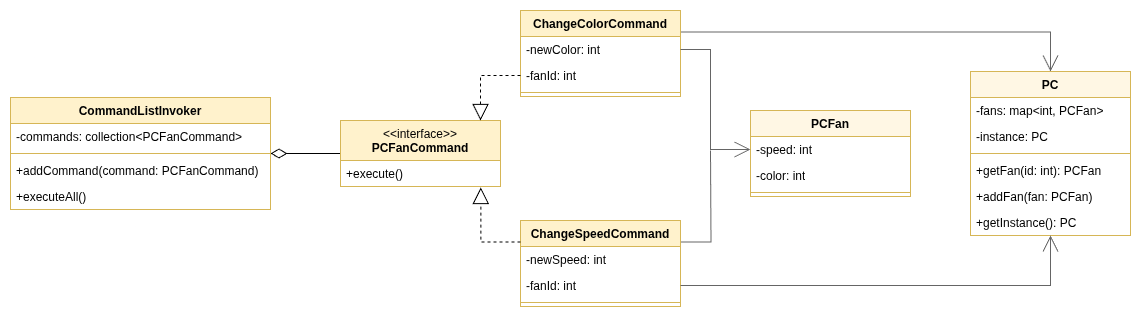
Above: 12-Command/UML/uml.png in MrCabbageStick/Design-Patterns-Challange (draw.io), before the change. Source tidied: cells renumbered, new cells last; positions are measured from the earlier drawing's top-left corner, leaving out a move shared by most shapes. Source of this version:
```xml
<mxGraphModel>
  <root>
    <mxCell id="0" />
    <mxCell id="1" parent="0" />
    <mxCell id="2" style="edgeStyle=orthogonalEdgeStyle;rounded=0;jettySize=auto;html=1;exitX=0;exitY=0.5;exitDx=0;exitDy=0;endSize=14;endArrow=diamondThin;endFill=0;" parent="1" edge="1" source="3">
      <mxGeometry relative="1" as="geometry">
        <mxPoint x="260" y="143" as="targetPoint" />
      </mxGeometry>
    </mxCell>
    <mxCell id="3" value="&lt;span style=&quot;font-weight: normal;&quot;&gt;&amp;lt;&amp;lt;interface&amp;gt;&amp;gt;&lt;/span&gt;&lt;div&gt;PCFanCommand&lt;/div&gt;" style="swimlane;fontStyle=1;align=center;verticalAlign=top;horizontal=1;startSize=40;whiteSpace=wrap;html=1;fillColor=#fff2cc;strokeColor=#d6b656;" parent="1" vertex="1">
      <mxGeometry x="330" y="110" width="160" height="66" as="geometry" />
    </mxCell>
    <mxCell id="4" value="+execute()" style="text;strokeColor=none;fillColor=none;align=left;verticalAlign=top;spacingLeft=4;spacingRight=4;overflow=hidden;points=[[0,0.5],[1,0.5]];portConstraint=eastwest;whiteSpace=wrap;html=1;" parent="3" vertex="1">
      <mxGeometry y="40" width="160" height="26" as="geometry" />
    </mxCell>
    <mxCell id="5" style="edgeStyle=orthogonalEdgeStyle;rounded=0;jettySize=auto;html=1;exitX=1;exitY=0.25;exitDx=0;exitDy=0;endSize=14;endArrow=none;endFill=0;startFill=0;strokeColor=#656565;" parent="1" edge="1" source="6">
      <mxGeometry relative="1" as="geometry">
        <mxPoint x="700" y="140" as="targetPoint" />
      </mxGeometry>
    </mxCell>
    <mxCell id="6" value="ChangeSpeedCommand" style="swimlane;fontStyle=1;align=center;verticalAlign=top;horizontal=1;startSize=26;whiteSpace=wrap;html=1;fillColor=#fff2cc;strokeColor=#d6b656;" parent="1" vertex="1">
      <mxGeometry x="510" y="210" width="160" height="86" as="geometry" />
    </mxCell>
    <mxCell id="7" value="-newSpeed: int" style="text;strokeColor=none;fillColor=none;align=left;verticalAlign=top;spacingLeft=4;spacingRight=4;overflow=hidden;whiteSpace=wrap;html=1;" parent="6" vertex="1">
      <mxGeometry y="26" width="160" height="26" as="geometry" />
    </mxCell>
    <mxCell id="8" value="-fanId: int" style="text;strokeColor=none;fillColor=none;align=left;verticalAlign=top;spacingLeft=4;spacingRight=4;overflow=hidden;points=[[0,0.5],[1,0.5]];portConstraint=eastwest;whiteSpace=wrap;html=1;" parent="6" vertex="1">
      <mxGeometry y="52" width="160" height="26" as="geometry" />
    </mxCell>
    <mxCell id="9" style="line;strokeWidth=1;fillColor=none;align=left;verticalAlign=middle;spacingTop=-1;spacingLeft=3;spacingRight=3;labelPosition=right;strokeColor=inherit;" parent="6" vertex="1">
      <mxGeometry y="78" width="160" height="8" as="geometry" />
    </mxCell>
    <mxCell id="10" style="edgeStyle=orthogonalEdgeStyle;rounded=0;jettySize=auto;html=1;exitX=1;exitY=0.25;exitDx=0;exitDy=0;entryX=0.5;entryY=0;entryDx=0;entryDy=0;endSize=14;endArrow=open;endFill=0;strokeColor=#656565;" parent="1" edge="1" source="11" target="26">
      <mxGeometry relative="1" as="geometry" />
    </mxCell>
    <mxCell id="11" value="ChangeColorCommand" style="swimlane;fontStyle=1;align=center;verticalAlign=top;horizontal=1;startSize=26;whiteSpace=wrap;html=1;fillColor=#fff2cc;strokeColor=#d6b656;" parent="1" vertex="1">
      <mxGeometry x="510" width="160" height="86" as="geometry" />
    </mxCell>
    <mxCell id="12" value="-newColor: int" style="text;strokeColor=none;fillColor=none;align=left;verticalAlign=top;spacingLeft=4;spacingRight=4;overflow=hidden;points=[[0,0.5],[1,0.5]];portConstraint=eastwest;whiteSpace=wrap;html=1;" parent="11" vertex="1">
      <mxGeometry y="26" width="160" height="26" as="geometry" />
    </mxCell>
    <mxCell id="13" value="-fanId: int" style="text;strokeColor=none;fillColor=none;align=left;verticalAlign=top;spacingLeft=4;spacingRight=4;overflow=hidden;points=[[0,0.5],[1,0.5]];portConstraint=eastwest;whiteSpace=wrap;html=1;" parent="11" vertex="1">
      <mxGeometry y="52" width="160" height="26" as="geometry" />
    </mxCell>
    <mxCell id="14" style="line;strokeWidth=1;fillColor=none;align=left;verticalAlign=middle;spacingTop=-1;spacingLeft=3;spacingRight=3;labelPosition=right;strokeColor=inherit;" parent="11" vertex="1">
      <mxGeometry y="78" width="160" height="8" as="geometry" />
    </mxCell>
    <mxCell id="15" style="edgeStyle=orthogonalEdgeStyle;rounded=0;jettySize=auto;html=1;exitX=0;exitY=0.25;exitDx=0;exitDy=0;endSize=14;endArrow=block;endFill=0;dashed=1;entryX=0.877;entryY=1.038;entryDx=0;entryDy=0;entryPerimeter=0;" parent="1" edge="1" source="6" target="4">
      <mxGeometry relative="1" as="geometry" />
    </mxCell>
    <mxCell id="16" style="edgeStyle=orthogonalEdgeStyle;rounded=0;jettySize=auto;html=1;entryX=0.875;entryY=0;entryDx=0;entryDy=0;entryPerimeter=0;endSize=14;endArrow=block;endFill=0;dashed=1;exitX=0;exitY=0.5;exitDx=0;exitDy=0;" parent="1" edge="1" source="13" target="3">
      <mxGeometry relative="1" as="geometry" />
    </mxCell>
    <mxCell id="17" value="CommandListInvoker" style="swimlane;fontStyle=1;align=center;verticalAlign=top;horizontal=1;startSize=26;whiteSpace=wrap;html=1;fillColor=#fff2cc;strokeColor=#d6b656;" parent="1" vertex="1">
      <mxGeometry y="87" width="260" height="112" as="geometry" />
    </mxCell>
    <mxCell id="18" value="-commands: collection&amp;lt;PCFanCommand&amp;gt;" style="text;strokeColor=none;fillColor=none;align=left;verticalAlign=top;spacingLeft=4;spacingRight=4;overflow=hidden;whiteSpace=wrap;html=1;" parent="17" vertex="1">
      <mxGeometry y="26" width="260" height="26" as="geometry" />
    </mxCell>
    <mxCell id="19" style="line;strokeWidth=1;fillColor=none;align=left;verticalAlign=middle;spacingTop=-1;spacingLeft=3;spacingRight=3;labelPosition=right;strokeColor=inherit;" parent="17" vertex="1">
      <mxGeometry y="52" width="260" height="8" as="geometry" />
    </mxCell>
    <mxCell id="20" value="+addCommand(command: PCFanCommand)" style="text;strokeColor=none;fillColor=none;align=left;verticalAlign=top;spacingLeft=4;spacingRight=4;overflow=hidden;whiteSpace=wrap;html=1;" parent="17" vertex="1">
      <mxGeometry y="60" width="260" height="26" as="geometry" />
    </mxCell>
    <mxCell id="21" value="+executeAll()" style="text;strokeColor=none;fillColor=none;align=left;verticalAlign=top;spacingLeft=4;spacingRight=4;overflow=hidden;whiteSpace=wrap;html=1;" parent="17" vertex="1">
      <mxGeometry y="86" width="260" height="26" as="geometry" />
    </mxCell>
    <mxCell id="22" value="PCFan" style="swimlane;fontStyle=1;align=center;verticalAlign=top;horizontal=1;startSize=26;whiteSpace=wrap;html=1;fillColor=#FFF7E4;strokeColor=#d6b656;" parent="1" vertex="1">
      <mxGeometry x="740" y="100" width="160" height="86" as="geometry" />
    </mxCell>
    <mxCell id="23" value="-speed: int" style="text;strokeColor=none;fillColor=none;align=left;verticalAlign=top;spacingLeft=4;spacingRight=4;overflow=hidden;points=[[0,0.5],[1,0.5]];portConstraint=eastwest;whiteSpace=wrap;html=1;" parent="22" vertex="1">
      <mxGeometry y="26" width="160" height="26" as="geometry" />
    </mxCell>
    <mxCell id="24" value="-color: int" style="text;strokeColor=none;fillColor=none;align=left;verticalAlign=top;spacingLeft=4;spacingRight=4;overflow=hidden;whiteSpace=wrap;html=1;" parent="22" vertex="1">
      <mxGeometry y="52" width="160" height="26" as="geometry" />
    </mxCell>
    <mxCell id="25" style="line;strokeWidth=1;fillColor=none;align=left;verticalAlign=middle;spacingTop=-1;spacingLeft=3;spacingRight=3;labelPosition=right;strokeColor=inherit;" parent="22" vertex="1">
      <mxGeometry y="78" width="160" height="8" as="geometry" />
    </mxCell>
    <mxCell id="26" value="PC" style="swimlane;fontStyle=1;align=center;verticalAlign=top;horizontal=1;startSize=26;whiteSpace=wrap;html=1;fillColor=#FFF7E4;strokeColor=#d6b656;" parent="1" vertex="1">
      <mxGeometry x="960" y="61" width="160" height="164" as="geometry" />
    </mxCell>
    <mxCell id="27" value="-fans: map&amp;lt;int, PCFan&amp;gt;" style="text;strokeColor=none;fillColor=none;align=left;verticalAlign=top;spacingLeft=4;spacingRight=4;overflow=hidden;whiteSpace=wrap;html=1;" parent="26" vertex="1">
      <mxGeometry y="26" width="160" height="26" as="geometry" />
    </mxCell>
    <mxCell id="28" value="-instance: PC" style="text;strokeColor=none;fillColor=none;align=left;verticalAlign=top;spacingLeft=4;spacingRight=4;overflow=hidden;whiteSpace=wrap;html=1;" parent="26" vertex="1">
      <mxGeometry y="52" width="160" height="26" as="geometry" />
    </mxCell>
    <mxCell id="29" style="line;strokeWidth=1;fillColor=none;align=left;verticalAlign=middle;spacingTop=-1;spacingLeft=3;spacingRight=3;labelPosition=right;strokeColor=inherit;" parent="26" vertex="1">
      <mxGeometry y="78" width="160" height="8" as="geometry" />
    </mxCell>
    <mxCell id="30" value="+getFan(id: int): PCFan" style="text;strokeColor=none;fillColor=none;align=left;verticalAlign=top;spacingLeft=4;spacingRight=4;overflow=hidden;whiteSpace=wrap;html=1;" parent="26" vertex="1">
      <mxGeometry y="86" width="160" height="26" as="geometry" />
    </mxCell>
    <mxCell id="31" value="+addFan(fan: PCFan)" style="text;strokeColor=none;fillColor=none;align=left;verticalAlign=top;spacingLeft=4;spacingRight=4;overflow=hidden;whiteSpace=wrap;html=1;" parent="26" vertex="1">
      <mxGeometry y="112" width="160" height="26" as="geometry" />
    </mxCell>
    <mxCell id="32" value="+getInstance(): PC" style="text;strokeColor=none;fillColor=none;align=left;verticalAlign=top;spacingLeft=4;spacingRight=4;overflow=hidden;whiteSpace=wrap;html=1;" parent="26" vertex="1">
      <mxGeometry y="138" width="160" height="26" as="geometry" />
    </mxCell>
    <mxCell id="33" style="edgeStyle=orthogonalEdgeStyle;rounded=0;jettySize=auto;html=1;exitX=1;exitY=0.5;exitDx=0;exitDy=0;entryX=0;entryY=0.5;entryDx=0;entryDy=0;endSize=14;endArrow=open;endFill=0;strokeColor=#656565;" parent="1" edge="1" source="12" target="23">
      <mxGeometry relative="1" as="geometry" />
    </mxCell>
    <mxCell id="34" style="edgeStyle=orthogonalEdgeStyle;rounded=0;jettySize=auto;html=1;exitX=1;exitY=0.5;exitDx=0;exitDy=0;entryX=0.5;entryY=1;entryDx=0;entryDy=0;endSize=14;endArrow=open;endFill=0;strokeColor=#656565;" parent="1" edge="1" source="8" target="26">
      <mxGeometry relative="1" as="geometry" />
    </mxCell>
  </root>
</mxGraphModel>
```
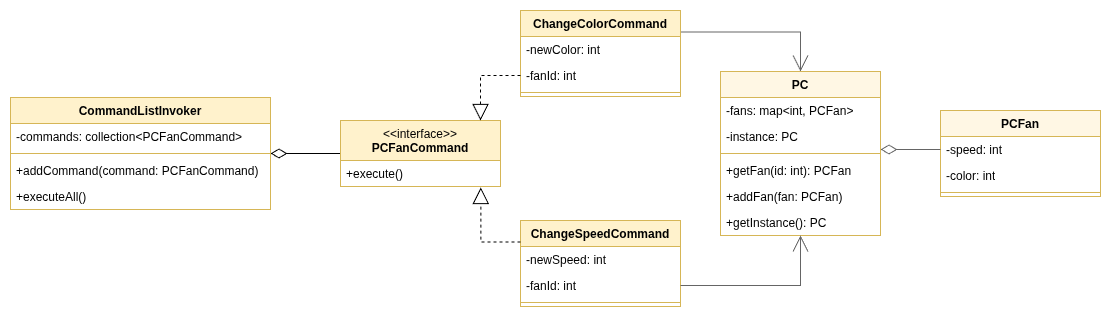
Later version of the same file.

Commit message:
Fix command uml

Change to the diagram source:
```diff
@@ -13,11 +13,6 @@
     <mxCell id="4" value="+execute()" style="text;strokeColor=none;fillColor=none;align=left;verticalAlign=top;spacingLeft=4;spacingRight=4;overflow=hidden;points=[[0,0.5],[1,0.5]];portConstraint=eastwest;whiteSpace=wrap;html=1;" parent="3" vertex="1">
       <mxGeometry y="40" width="160" height="26" as="geometry" />
     </mxCell>
-    <mxCell id="5" style="edgeStyle=orthogonalEdgeStyle;rounded=0;jettySize=auto;html=1;exitX=1;exitY=0.25;exitDx=0;exitDy=0;endSize=14;endArrow=none;endFill=0;startFill=0;strokeColor=#656565;" parent="1" edge="1" source="6">
-      <mxGeometry relative="1" as="geometry">
-        <mxPoint x="700" y="140" as="targetPoint" />
-      </mxGeometry>
-    </mxCell>
     <mxCell id="6" value="ChangeSpeedCommand" style="swimlane;fontStyle=1;align=center;verticalAlign=top;horizontal=1;startSize=26;whiteSpace=wrap;html=1;fillColor=#fff2cc;strokeColor=#d6b656;" parent="1" vertex="1">
       <mxGeometry x="510" y="210" width="160" height="86" as="geometry" />
     </mxCell>
@@ -67,8 +62,13 @@
       <mxGeometry y="86" width="260" height="26" as="geometry" />
     </mxCell>
     <mxCell id="22" value="PCFan" style="swimlane;fontStyle=1;align=center;verticalAlign=top;horizontal=1;startSize=26;whiteSpace=wrap;html=1;fillColor=#FFF7E4;strokeColor=#d6b656;" parent="1" vertex="1">
-      <mxGeometry x="740" y="100" width="160" height="86" as="geometry" />
+      <mxGeometry x="930" y="100" width="160" height="86" as="geometry" />
     </mxCell>
+    <mxCell id="35" style="edgeStyle=orthogonalEdgeStyle;rounded=0;jettySize=auto;html=1;exitX=0;exitY=0.5;exitDx=0;exitDy=0;endSize=14;endArrow=diamondThin;endFill=0;strokeColor=light-dark(#656565, #ededed);" parent="22" edge="1" source="23">
+      <mxGeometry relative="1" as="geometry">
+        <mxPoint x="-60" y="39" as="targetPoint" />
+      </mxGeometry>
+    </mxCell>
     <mxCell id="23" value="-speed: int" style="text;strokeColor=none;fillColor=none;align=left;verticalAlign=top;spacingLeft=4;spacingRight=4;overflow=hidden;points=[[0,0.5],[1,0.5]];portConstraint=eastwest;whiteSpace=wrap;html=1;" parent="22" vertex="1">
       <mxGeometry y="26" width="160" height="26" as="geometry" />
     </mxCell>
@@ -79,7 +79,7 @@
       <mxGeometry y="78" width="160" height="8" as="geometry" />
     </mxCell>
     <mxCell id="26" value="PC" style="swimlane;fontStyle=1;align=center;verticalAlign=top;horizontal=1;startSize=26;whiteSpace=wrap;html=1;fillColor=#FFF7E4;strokeColor=#d6b656;" parent="1" vertex="1">
-      <mxGeometry x="960" y="61" width="160" height="164" as="geometry" />
+      <mxGeometry x="710" y="61" width="160" height="164" as="geometry" />
     </mxCell>
     <mxCell id="27" value="-fans: map&amp;lt;int, PCFan&amp;gt;" style="text;strokeColor=none;fillColor=none;align=left;verticalAlign=top;spacingLeft=4;spacingRight=4;overflow=hidden;whiteSpace=wrap;html=1;" parent="26" vertex="1">
       <mxGeometry y="26" width="160" height="26" as="geometry" />
@@ -99,9 +99,6 @@
     <mxCell id="32" value="+getInstance(): PC" style="text;strokeColor=none;fillColor=none;align=left;verticalAlign=top;spacingLeft=4;spacingRight=4;overflow=hidden;whiteSpace=wrap;html=1;" parent="26" vertex="1">
       <mxGeometry y="138" width="160" height="26" as="geometry" />
     </mxCell>
-    <mxCell id="33" style="edgeStyle=orthogonalEdgeStyle;rounded=0;jettySize=auto;html=1;exitX=1;exitY=0.5;exitDx=0;exitDy=0;entryX=0;entryY=0.5;entryDx=0;entryDy=0;endSize=14;endArrow=open;endFill=0;strokeColor=#656565;" parent="1" edge="1" source="12" target="23">
-      <mxGeometry relative="1" as="geometry" />
-    </mxCell>
     <mxCell id="34" style="edgeStyle=orthogonalEdgeStyle;rounded=0;jettySize=auto;html=1;exitX=1;exitY=0.5;exitDx=0;exitDy=0;entryX=0.5;entryY=1;entryDx=0;entryDy=0;endSize=14;endArrow=open;endFill=0;strokeColor=#656565;" parent="1" edge="1" source="8" target="26">
       <mxGeometry relative="1" as="geometry" />
     </mxCell>
```
